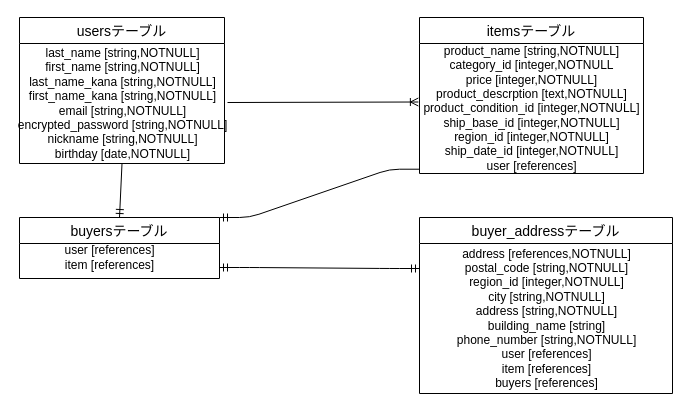
The draw.io diagram config/furima.dio in AtsuyaMoritani/furima-35562, before the edit. Source tidied: cells renumbered, new cells numbered last; positions are measured from the earlier drawing's top-left corner, leaving out a move shared by most shapes. Both pictures are drawn from the tidied source at 100%, with x=0, y=0 at pixel (19, 17).
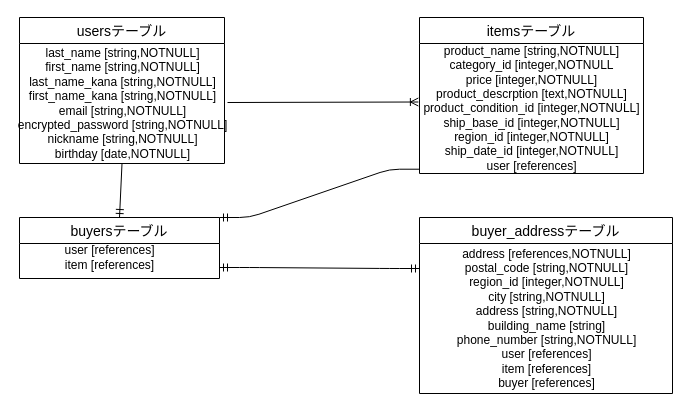
The same diagram, later.

Diff of the diagram source:
```diff
@@
 <mxGraphModel>
   <root>
     <mxCell id="0" />
     <mxCell id="1" parent="0" />
     <mxCell id="2" value="usersテーブル" style="swimlane;fontStyle=0;horizontal=1;startSize=26;align=center;fontSize=14;" parent="1" vertex="1">
       <mxGeometry width="205" height="146" as="geometry" />
     </mxCell>
     <mxCell id="3" value="last_name [string,NOTNULL]&lt;br&gt;first_name [string,NOTNULL]&lt;br&gt;last_name_kana [string,NOTNULL]&lt;br&gt;first_name_kana [string,NOTNULL]&lt;br&gt;email [string,NOTNULL]&lt;br&gt;encrypted_password [string,NOTNULL]&lt;br&gt;nickname [string,NOTNULL]&lt;br&gt;birthday [date,NOTNULL]" style="text;html=1;align=center;verticalAlign=middle;" parent="2" vertex="1">
       <mxGeometry y="26" width="205" height="120" as="geometry" />
     </mxCell>
     <mxCell id="4" value="itemsテーブル" style="swimlane;fontStyle=0;horizontal=1;startSize=26;align=center;fontSize=14;" parent="1" vertex="1">
       <mxGeometry x="400" width="224" height="156" as="geometry" />
     </mxCell>
     <mxCell id="5" value="product_name [string,NOTNULL]&lt;br&gt;category_id [integer,NOTNULL&lt;br&gt;price [integer,NOTNULL]&lt;br&gt;product_descrption [text,NOTNULL]&lt;br&gt;product_condition_id [integer,NOTNULL]&lt;br&gt;ship_base_id [integer,NOTNULL]&lt;br&gt;region_id [integer,NOTNULL]&lt;br&gt;ship_date_id [integer,NOTNULL]&lt;br&gt;user [references]" style="text;html=1;align=center;verticalAlign=middle;points=[];" parent="4" vertex="1">
       <mxGeometry y="26" width="224" height="130" as="geometry" />
     </mxCell>
     <mxCell id="6" style="fontSize=12;html=1;endArrow=ERoneToMany;entryX=-0.005;entryY=0.45;entryDx=0;entryDy=0;entryPerimeter=0;" parent="1" edge="1" target="5">
       <mxGeometry relative="1" as="geometry">
         <mxPoint x="208" y="85" as="sourcePoint" />
       </mxGeometry>
     </mxCell>
     <mxCell id="7" value="buyersテーブル" style="swimlane;fontStyle=0;horizontal=1;startSize=26;align=center;fontSize=14;" parent="1" vertex="1">
       <mxGeometry y="200" width="200" height="61" as="geometry" />
     </mxCell>
     <mxCell id="8" value="buyer_addressテーブル" style="swimlane;fontStyle=0;horizontal=1;startSize=26;align=center;fontSize=14;" parent="1" vertex="1">
       <mxGeometry x="400" y="200" width="253" height="176" as="geometry" />
     </mxCell>
-    <mxCell id="9" value="address [references,NOTNULL]&lt;br&gt;postal_code [string,NOTNULL]&lt;br&gt;region_id [integer,NOTNULL]&lt;br&gt;city [string,NOTNULL]&lt;br&gt;address [string,NOTNULL]&lt;br&gt;building_name [string]&lt;br&gt;phone_number [string,NOTNULL]&lt;br&gt;user [references]&lt;br&gt;item [references]&lt;br&gt;buyers [references]" style="text;html=1;align=center;verticalAlign=middle;" parent="8" vertex="1">
+    <mxCell id="9" value="address [references,NOTNULL]&lt;br&gt;postal_code [string,NOTNULL]&lt;br&gt;region_id [integer,NOTNULL]&lt;br&gt;city [string,NOTNULL]&lt;br&gt;address [string,NOTNULL]&lt;br&gt;building_name [string]&lt;br&gt;phone_number [string,NOTNULL]&lt;br&gt;user [references]&lt;br&gt;item [references]&lt;br&gt;buyer [references]" style="text;html=1;align=center;verticalAlign=middle;" parent="8" vertex="1">
       <mxGeometry y="26" width="253" height="150" as="geometry" />
     </mxCell>
     <mxCell id="10" style="edgeStyle=entityRelationEdgeStyle;fontSize=12;html=1;endArrow=ERmandOne;startArrow=ERmandOne;" parent="1" edge="1">
       <mxGeometry relative="1" as="geometry">
         <mxPoint x="200" y="250" as="sourcePoint" />
         <mxPoint x="400" y="251" as="targetPoint" />
       </mxGeometry>
     </mxCell>
     <mxCell id="11" style="edgeStyle=entityRelationEdgeStyle;fontSize=12;html=1;endArrow=ERmandOne;entryX=1;entryY=0;entryDx=0;entryDy=0;exitX=0;exitY=0.967;exitDx=0;exitDy=0;exitPerimeter=0;" parent="1" edge="1" source="5" target="7">
       <mxGeometry relative="1" as="geometry" />
     </mxCell>
     <mxCell id="12" style="fontSize=12;html=1;endArrow=ERmandOne;exitX=0.5;exitY=1;exitDx=0;exitDy=0;entryX=0.5;entryY=0;entryDx=0;entryDy=0;" parent="1" edge="1" source="2" target="7">
       <mxGeometry relative="1" as="geometry" />
     </mxCell>
     <mxCell id="13" value="user [references]&lt;br&gt;item [references]" style="text;html=1;align=center;verticalAlign=middle;" parent="1" vertex="1">
       <mxGeometry x="35" y="225" width="110" height="30" as="geometry" />
     </mxCell>
   </root>
 </mxGraphModel>
```
